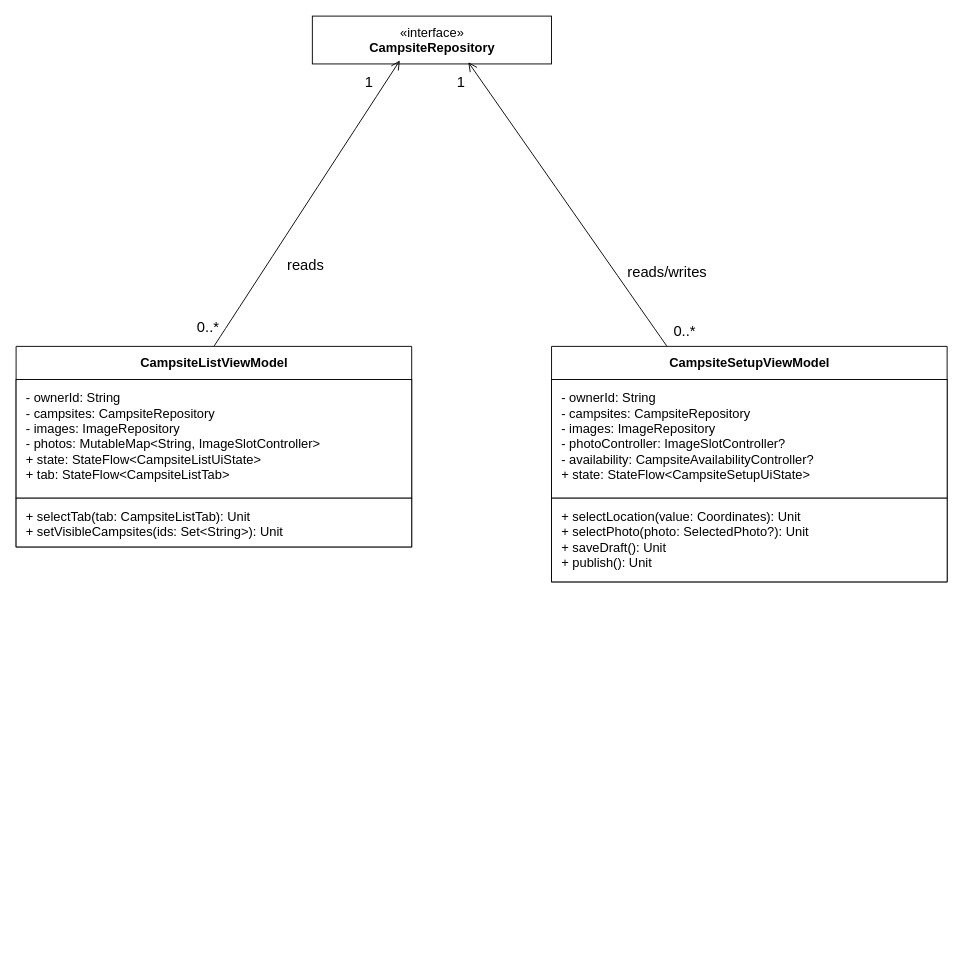
Above: page "U2B" (2 of 2) of doc/UML.drawio in CMPUT301F26stderr/stderr-campsbridge (draw.io), before the change. Source tidied: cells renumbered, new cells numbered last; positions are measured from the earlier drawing's top-left corner, leaving out a move shared by most shapes. Both pictures are drawn from the tidied source at 92%, with x=0, y=0 at pixel (16, 16).
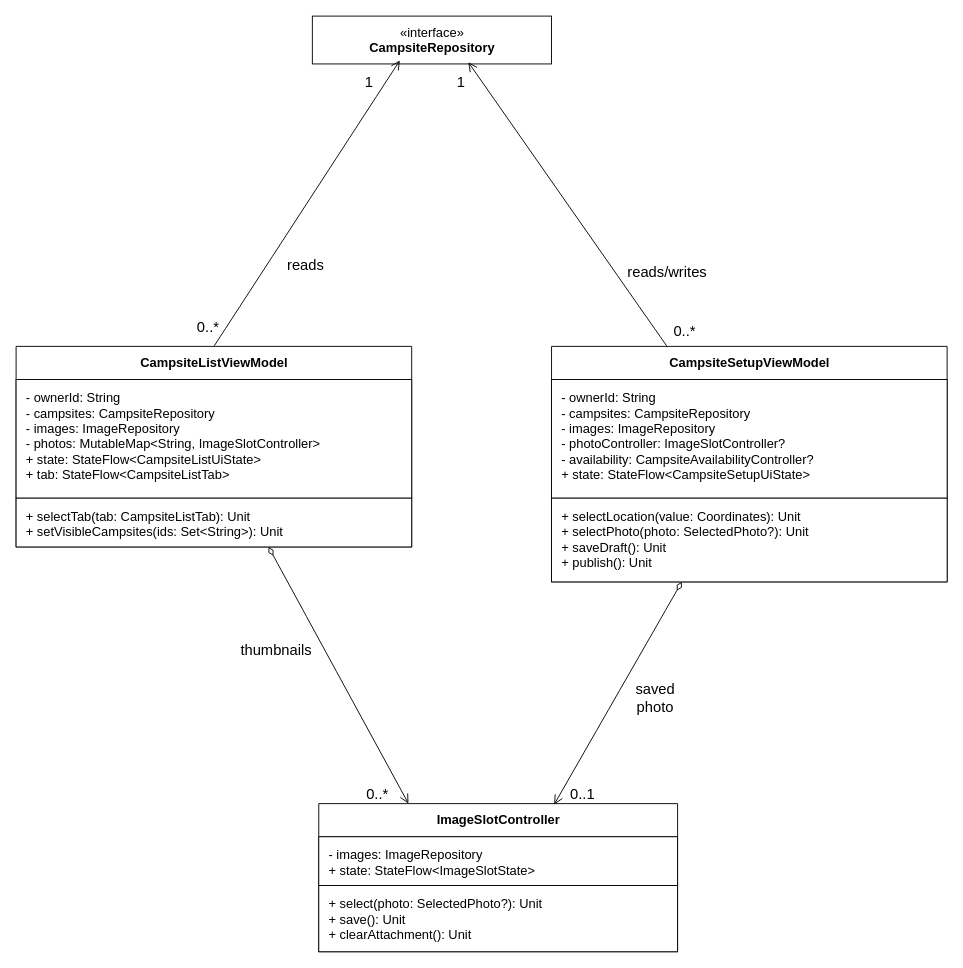
Above is the later version.

Unchanged cells that the change refers to:
```xml
<mxCell id="2" value="&lt;b&gt;CampsiteListViewModel&lt;/b&gt;" style="html=1;rounded=0;fontFamily=Arial;fontSize=14;fontColor=#000000;strokeWidth=1;fillColor=#ffffff;strokeColor=#000000;shape=swimlane;startSize=36;swimlaneFillColor=#ffffff;" parent="1" vertex="1">
  <mxGeometry y="359" width="430" height="218" as="geometry" />
</mxCell>
<mxCell id="5" value="&lt;b&gt;CampsiteSetupViewModel&lt;/b&gt;" style="html=1;rounded=0;fontFamily=Arial;fontSize=14;fontColor=#000000;strokeWidth=1;fillColor=#ffffff;strokeColor=#000000;shape=swimlane;startSize=36;swimlaneFillColor=#ffffff;" parent="1" vertex="1">
  <mxGeometry x="582" y="359" width="430" height="256" as="geometry" />
</mxCell>
```

Diff of the diagram source:
```diff
@@
+    <mxCell id="17" style="edgeStyle=none;curved=1;rounded=0;curveGeometry=1;jettySize=auto;html=1;entryX=0.25;entryY=0;entryDx=0;entryDy=0;fontSize=12;defaultLabelBackgroundColor=page;startSize=8;endSize=8;startArrow=diamondThin;startFill=0;endArrow=open;endFill=0;" parent="1" edge="1" source="2" target="18">
+      <mxGeometry relative="1" as="geometry" />
+    </mxCell>
@@
+    <mxCell id="18" value="&lt;b&gt;ImageSlotController&lt;/b&gt;" style="html=1;rounded=0;fontFamily=Arial;fontSize=14;fontColor=#000000;strokeWidth=1;fillColor=#ffffff;strokeColor=#000000;shape=swimlane;startSize=36;swimlaneFillColor=#ffffff;" parent="1" vertex="1">
+      <mxGeometry x="329" y="856" width="390" height="161" as="geometry" />
+    </mxCell>
+    <mxCell id="19" value="- images: ImageRepository&lt;br&gt;+ state: StateFlow&amp;lt;ImageSlotState&amp;gt;" style="html=1;rounded=0;fontFamily=Arial;fontSize=14;fontColor=#000000;strokeWidth=1;fillColor=#ffffff;strokeColor=#000000;align=left;verticalAlign=top;spacingLeft=9;spacingTop=5;" parent="18" vertex="1">
+      <mxGeometry y="36" width="390" height="53" as="geometry" />
+    </mxCell>
+    <mxCell id="20" value="+ select(photo: SelectedPhoto?): Unit&lt;br&gt;+ save(): Unit&lt;br&gt;+ clearAttachment(): Unit" style="html=1;rounded=0;fontFamily=Arial;fontSize=14;fontColor=#000000;strokeWidth=1;fillColor=#ffffff;strokeColor=#000000;align=left;verticalAlign=top;spacingLeft=9;spacingTop=5;" parent="18" vertex="1">
+      <mxGeometry y="89" width="390" height="72" as="geometry" />
+    </mxCell>
+    <mxCell id="21" style="edgeStyle=none;curved=1;rounded=0;curveGeometry=1;jettySize=auto;html=1;entryX=0.656;entryY=0.006;entryDx=0;entryDy=0;entryPerimeter=0;fontSize=12;defaultLabelBackgroundColor=page;startSize=8;endSize=8;startArrow=diamondThin;startFill=0;endArrow=open;endFill=0;" parent="1" edge="1" source="5" target="18">
+      <mxGeometry relative="1" as="geometry" />
+    </mxCell>
+    <mxCell id="22" value="0..*" style="text;html=1;whiteSpace=wrap;strokeColor=none;fillColor=none;align=center;verticalAlign=middle;rounded=0;fontSize=16;" parent="1" vertex="1">
+      <mxGeometry x="363" y="830" width="60" height="30" as="geometry" />
+    </mxCell>
+    <mxCell id="23" value="thumbnails" style="text;html=1;whiteSpace=wrap;strokeColor=none;fillColor=none;align=center;verticalAlign=middle;rounded=0;fontSize=16;" parent="1" vertex="1">
+      <mxGeometry x="253" y="674" width="60" height="30" as="geometry" />
+    </mxCell>
+    <mxCell id="24" value="0..1" style="text;html=1;whiteSpace=wrap;strokeColor=none;fillColor=none;align=center;verticalAlign=middle;rounded=0;fontSize=16;" parent="1" vertex="1">
+      <mxGeometry x="586" y="831" width="60" height="30" as="geometry" />
+    </mxCell>
+    <mxCell id="25" value="saved photo" style="text;html=1;whiteSpace=wrap;strokeColor=none;fillColor=none;align=center;verticalAlign=middle;rounded=0;fontSize=16;" parent="1" vertex="1">
+      <mxGeometry x="665" y="726" width="60" height="30" as="geometry" />
+    </mxCell>
```
